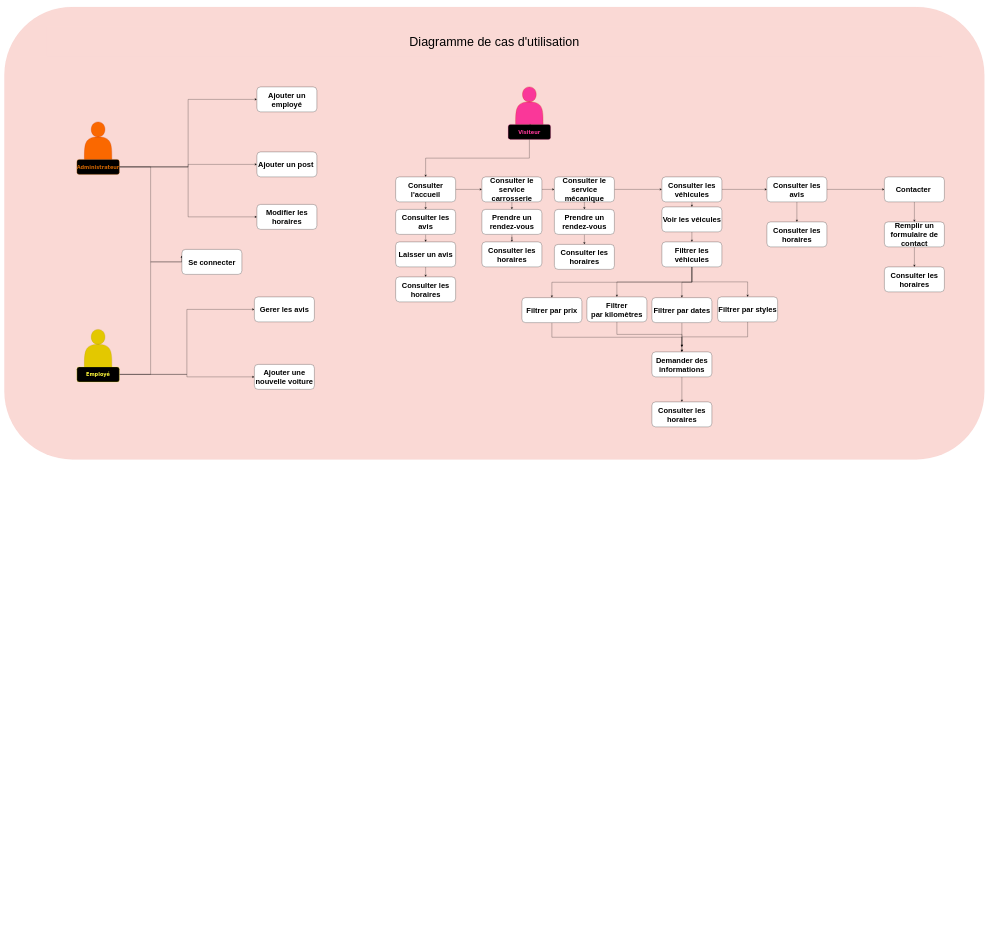
Above: Diagramme de cas d'utilisation.drawio in OceaneEdde/garageVparrot (draw.io), before the change. Source tidied: cells renumbered, new cells numbered last; positions are measured from the earlier drawing's top-left corner, leaving out a move shared by most shapes. Both pictures are drawn from the tidied source at 25%, with x=0, y=0 at pixel (4, 7).
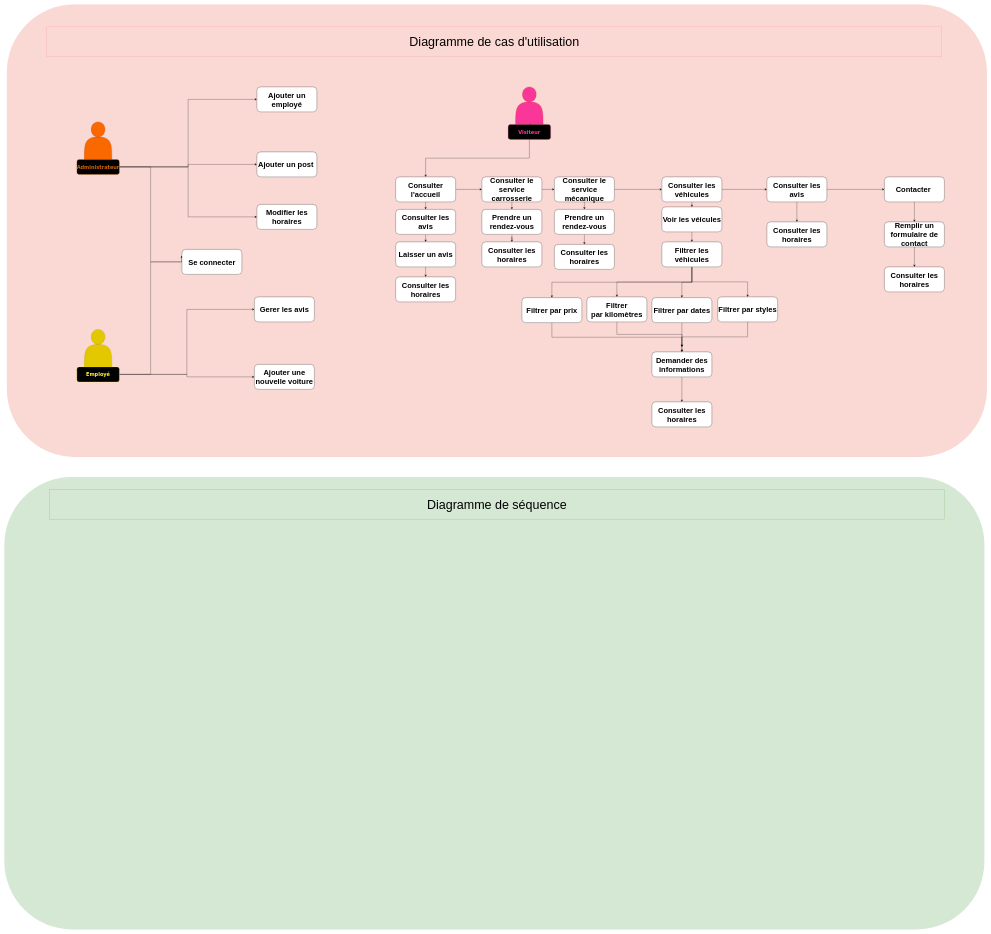
The same diagram, later.

Commit message:
Mise à jour Diagramme de cas d'utilisation.drawio

What changed in the source:
```diff
@@
     <mxCell id="2" style="rounded=1;whiteSpace=wrap;html=1;fillColor=#fad9d5;strokeColor=#ae4132;strokeWidth=0;" parent="1" vertex="1">
-      <mxGeometry width="3920" height="1810" as="geometry" />
+      <mxGeometry x="10" y="-10" width="3920" height="1810" as="geometry" />
     </mxCell>
-    <mxCell id="3" value="&lt;font style=&quot;font-size: 50px;&quot;&gt;Diagramme de cas d'utilisation&lt;/font&gt;" style="rounded=0;whiteSpace=wrap;html=1;fillColor=#fad9d5;strokeColor=none;" parent="1" vertex="1">
+    <mxCell id="3" value="&lt;font style=&quot;font-size: 50px;&quot;&gt;Diagramme de cas d'utilisation&lt;/font&gt;" style="rounded=0;whiteSpace=wrap;html=1;fillColor=#fad9d5;strokeColor=#F19C99;" parent="1" vertex="1">
       <mxGeometry x="170" y="80" width="3580" height="120" as="geometry" />
     </mxCell>
@@
+    <mxCell id="76" style="rounded=1;whiteSpace=wrap;html=1;fillColor=#d5e8d4;strokeColor=#82b366;strokeWidth=0;" parent="1" vertex="1">
+      <mxGeometry y="1880" width="3920" height="1810" as="geometry" />
+    </mxCell>
+    <mxCell id="77" value="&lt;font style=&quot;font-size: 50px;&quot;&gt;Diagramme de séquence&lt;/font&gt;" style="rounded=0;whiteSpace=wrap;html=1;fillColor=#d5e8d4;strokeColor=#82b366;" parent="1" vertex="1">
+      <mxGeometry x="180" y="1930" width="3580" height="120" as="geometry" />
+    </mxCell>
```
